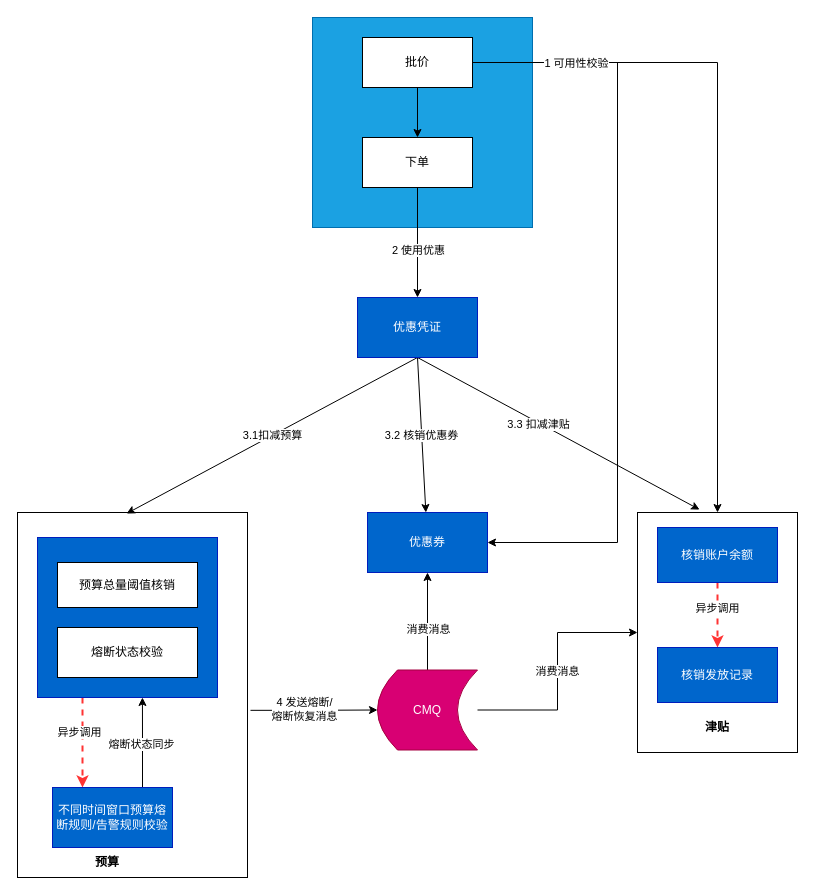
Before: page "Page-40" (26 of 31) of Untitled Diagram.drawio in zengcrvip/basedemo, a draw.io diagram. Source tidied: cells renumbered, new cells numbered last; positions are measured from the earlier drawing's top-left corner, leaving out a move shared by most shapes. Both pictures are drawn from the tidied source at 100%, with x=0, y=0 at pixel (17, 17).
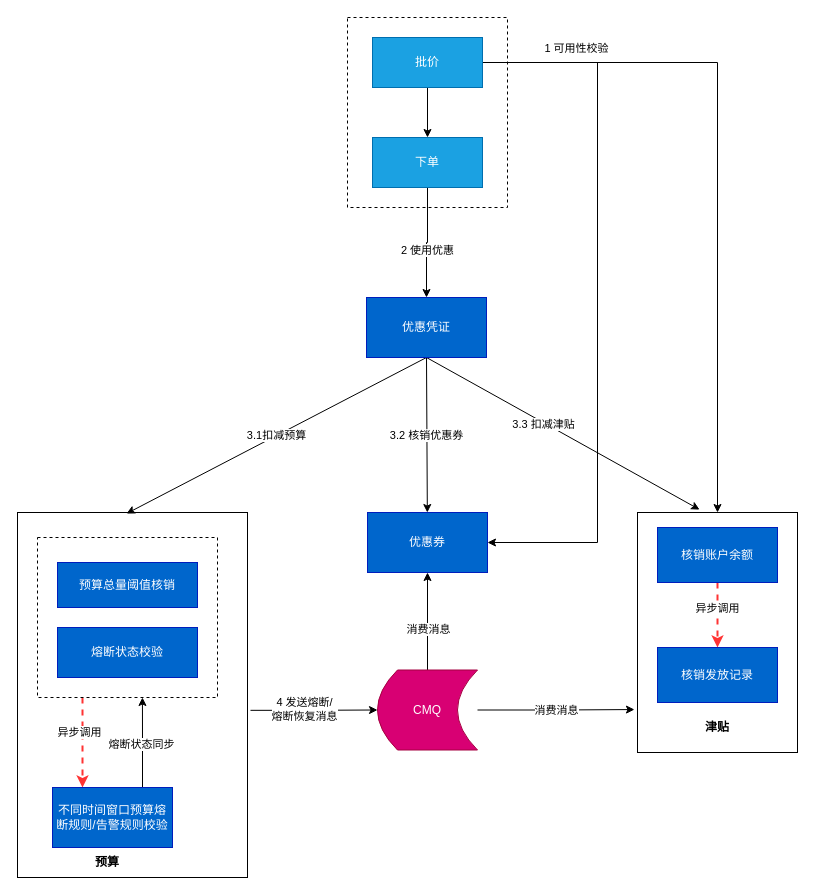
Above is the later version.

Unchanged cells that the change refers to:
```xml
<mxCell id="8" style="edgeStyle=orthogonalEdgeStyle;rounded=0;jettySize=auto;html=1;exitX=1;exitY=0.5;exitDx=0;exitDy=0;entryX=0.5;entryY=0;entryDx=0;entryDy=0;fontColor=#000000;" parent="1" edge="1" source="10" target="28">
  <mxGeometry relative="1" as="geometry" />
</mxCell>
<mxCell id="28" style="rounded=0;whiteSpace=wrap;html=1;" parent="1" vertex="1">
  <mxGeometry x="620" y="495" width="160" height="240" as="geometry" />
</mxCell>
<mxCell id="34" value="优惠券" style="rounded=0;whiteSpace=wrap;html=1;fillColor=#0066CC;fontColor=#ffffff;strokeColor=#001DBC;" parent="1" vertex="1">
  <mxGeometry x="350" y="495" width="120" height="60" as="geometry" />
</mxCell>
<mxCell id="38" value="CMQ" style="shape=dataStorage;whiteSpace=wrap;html=1;fixedSize=1;fontColor=#ffffff;fillColor=#d80073;strokeColor=#A50040;" parent="1" vertex="1">
  <mxGeometry x="360" y="652.5" width="100" height="80" as="geometry" />
</mxCell>
```

Diff of the diagram source:
```diff
@@
-    <mxCell id="5" style="rounded=0;whiteSpace=wrap;html=1;fillColor=#1ba1e2;fontColor=#ffffff;strokeColor=#006EAF;" parent="1" vertex="1">
-      <mxGeometry x="295" width="220" height="210" as="geometry" />
+    <mxCell id="5" style="rounded=0;whiteSpace=wrap;html=1;dashed=1;" parent="1" vertex="1">
+      <mxGeometry x="330" width="160" height="190" as="geometry" />
     </mxCell>
@@
     <mxCell id="7" style="edgeStyle=orthogonalEdgeStyle;rounded=0;jettySize=auto;html=1;exitX=1;exitY=0.5;exitDx=0;exitDy=0;entryX=1;entryY=0.5;entryDx=0;entryDy=0;fontColor=#000000;" parent="1" edge="1" source="10" target="34">
       <mxGeometry relative="1" as="geometry">
         <Array as="points">
-          <mxPoint x="600" y="45" />
-          <mxPoint x="600" y="525" />
+          <mxPoint x="580" y="45" />
+          <mxPoint x="580" y="525" />
         </Array>
       </mxGeometry>
     </mxCell>
@@
     <mxCell id="9" value="1 可用性校验" style="edgeLabel;html=1;align=center;verticalAlign=middle;fontColor=#000000;" parent="8" vertex="1">
       <mxGeometry x="-0.74" relative="1" as="geometry">
-        <mxPoint x="13" as="offset" />
+        <mxPoint x="4" y="-15" as="offset" />
       </mxGeometry>
     </mxCell>
-    <mxCell id="10" value="批价" style="rounded=0;whiteSpace=wrap;html=1;" parent="1" vertex="1">
-      <mxGeometry x="345" y="20" width="110" height="50" as="geometry" />
+    <mxCell id="10" value="批价" style="rounded=0;whiteSpace=wrap;html=1;fillColor=#1ba1e2;fontColor=#ffffff;strokeColor=#006EAF;" parent="1" vertex="1">
+      <mxGeometry x="355" y="20" width="110" height="50" as="geometry" />
     </mxCell>
@@
-    <mxCell id="13" value="下单" style="rounded=0;whiteSpace=wrap;html=1;" parent="1" vertex="1">
-      <mxGeometry x="345" y="120" width="110" height="50" as="geometry" />
+    <mxCell id="13" value="下单" style="rounded=0;whiteSpace=wrap;html=1;fillColor=#1ba1e2;fontColor=#ffffff;strokeColor=#006EAF;" parent="1" vertex="1">
+      <mxGeometry x="355" y="120" width="110" height="50" as="geometry" />
     </mxCell>
@@
     <mxCell id="18" value="优惠凭证" style="rounded=0;whiteSpace=wrap;html=1;fillColor=#0066CC;fontColor=#ffffff;strokeColor=#001DBC;" parent="1" vertex="1">
-      <mxGeometry x="340" y="280" width="120" height="60" as="geometry" />
+      <mxGeometry x="349" y="280" width="120" height="60" as="geometry" />
     </mxCell>
@@
-    <mxCell id="21" style="rounded=0;whiteSpace=wrap;html=1;fillColor=#0066CC;fontColor=#ffffff;strokeColor=#001DBC;" parent="1" vertex="1">
+    <mxCell id="21" style="rounded=0;whiteSpace=wrap;html=1;dashed=1;" parent="1" vertex="1">
       <mxGeometry x="20" y="520" width="180" height="160" as="geometry" />
     </mxCell>
-    <mxCell id="22" value="预算总量阈值核销" style="rounded=0;whiteSpace=wrap;html=1;" parent="1" vertex="1">
+    <mxCell id="22" value="预算总量阈值核销" style="rounded=0;whiteSpace=wrap;html=1;fillColor=#0066CC;fontColor=#ffffff;strokeColor=#001DBC;" parent="1" vertex="1">
       <mxGeometry x="40" y="545" width="140" height="45" as="geometry" />
     </mxCell>
-    <mxCell id="23" value="熔断状态校验" style="rounded=0;whiteSpace=wrap;html=1;" parent="1" vertex="1">
+    <mxCell id="23" value="熔断状态校验" style="rounded=0;whiteSpace=wrap;html=1;fillColor=#0066CC;fontColor=#ffffff;strokeColor=#001DBC;" parent="1" vertex="1">
       <mxGeometry x="40" y="610" width="140" height="50" as="geometry" />
     </mxCell>
@@
-    <mxCell id="37" value="消费消息" style="edgeStyle=orthogonalEdgeStyle;rounded=0;jettySize=auto;html=1;exitX=1;exitY=0.5;exitDx=0;exitDy=0;entryX=0;entryY=0.5;entryDx=0;entryDy=0;fontColor=#000000;" parent="1" edge="1" source="38" target="28">
+    <mxCell id="37" value="消费消息" style="edgeStyle=orthogonalEdgeStyle;rounded=0;jettySize=auto;html=1;exitX=1;exitY=0.5;exitDx=0;exitDy=0;fontColor=#000000;entryX=-0.019;entryY=0.821;entryDx=0;entryDy=0;entryPerimeter=0;" parent="1" edge="1" source="38" target="28">
       <mxGeometry relative="1" as="geometry" />
     </mxCell>
```
